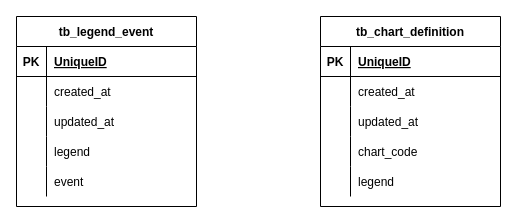
This is bop_company_report.drawio from sunday-out/draw_io, a draw.io file, before an edit. Source tidied: cells renumbered, new cells numbered last; positions are measured from the earlier drawing's top-left corner, leaving out a move shared by most shapes. Both pictures are drawn from the tidied source at 100%, with x=0, y=0 at pixel (16, 16).
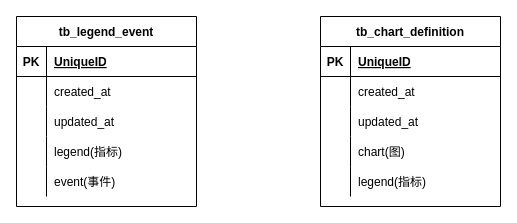
After the change.

The change refers to these unchanged cells:
```xml
<mxCell id="12" style="shape=partialRectangle;fillColor=none;top=0;left=0;bottom=0;right=0;" parent="2" vertex="1">
  <mxGeometry y="120" width="180" height="30" as="geometry" />
</mxCell>
<mxCell id="15" style="shape=partialRectangle;fillColor=none;top=0;left=0;bottom=0;right=0;" parent="2" vertex="1">
  <mxGeometry y="150" width="180" height="30" as="geometry" />
</mxCell>
<mxCell id="28" style="shape=partialRectangle;fillColor=none;top=0;left=0;bottom=0;right=0;" parent="18" vertex="1">
  <mxGeometry y="120" width="180" height="30" as="geometry" />
</mxCell>
<mxCell id="31" style="shape=partialRectangle;fillColor=none;top=0;left=0;bottom=0;right=0;" parent="18" vertex="1">
  <mxGeometry y="150" width="180" height="30" as="geometry" />
</mxCell>
```

What changed in the source:
```diff
@@
-    <mxCell id="14" value="legend" style="shape=partialRectangle;fillColor=none;top=0;left=0;bottom=0;right=0;align=left;spacingLeft=6;overflow=hidden;" parent="12" vertex="1">
+    <mxCell id="14" value="legend(指标)" style="shape=partialRectangle;fillColor=none;top=0;left=0;bottom=0;right=0;align=left;spacingLeft=6;overflow=hidden;" parent="12" vertex="1">
       <mxGeometry x="30" width="150" height="30" as="geometry" />
     </mxCell>
@@
-    <mxCell id="17" value="event" style="shape=partialRectangle;fillColor=none;top=0;left=0;bottom=0;right=0;align=left;spacingLeft=6;overflow=hidden;" parent="15" vertex="1">
+    <mxCell id="17" value="event(事件)" style="shape=partialRectangle;fillColor=none;top=0;left=0;bottom=0;right=0;align=left;spacingLeft=6;overflow=hidden;" parent="15" vertex="1">
       <mxGeometry x="30" width="150" height="30" as="geometry" />
     </mxCell>
@@
-    <mxCell id="30" value="chart_code" style="shape=partialRectangle;fillColor=none;top=0;left=0;bottom=0;right=0;align=left;spacingLeft=6;overflow=hidden;" parent="28" vertex="1">
+    <mxCell id="30" value="chart(图)" style="shape=partialRectangle;fillColor=none;top=0;left=0;bottom=0;right=0;align=left;spacingLeft=6;overflow=hidden;" parent="28" vertex="1">
       <mxGeometry x="30" width="150" height="30" as="geometry" />
     </mxCell>
@@
-    <mxCell id="33" value="legend" style="shape=partialRectangle;fillColor=none;top=0;left=0;bottom=0;right=0;align=left;spacingLeft=6;overflow=hidden;" parent="31" vertex="1">
+    <mxCell id="33" value="legend(指标)" style="shape=partialRectangle;fillColor=none;top=0;left=0;bottom=0;right=0;align=left;spacingLeft=6;overflow=hidden;" parent="31" vertex="1">
       <mxGeometry x="30" width="150" height="30" as="geometry" />
     </mxCell>
```
